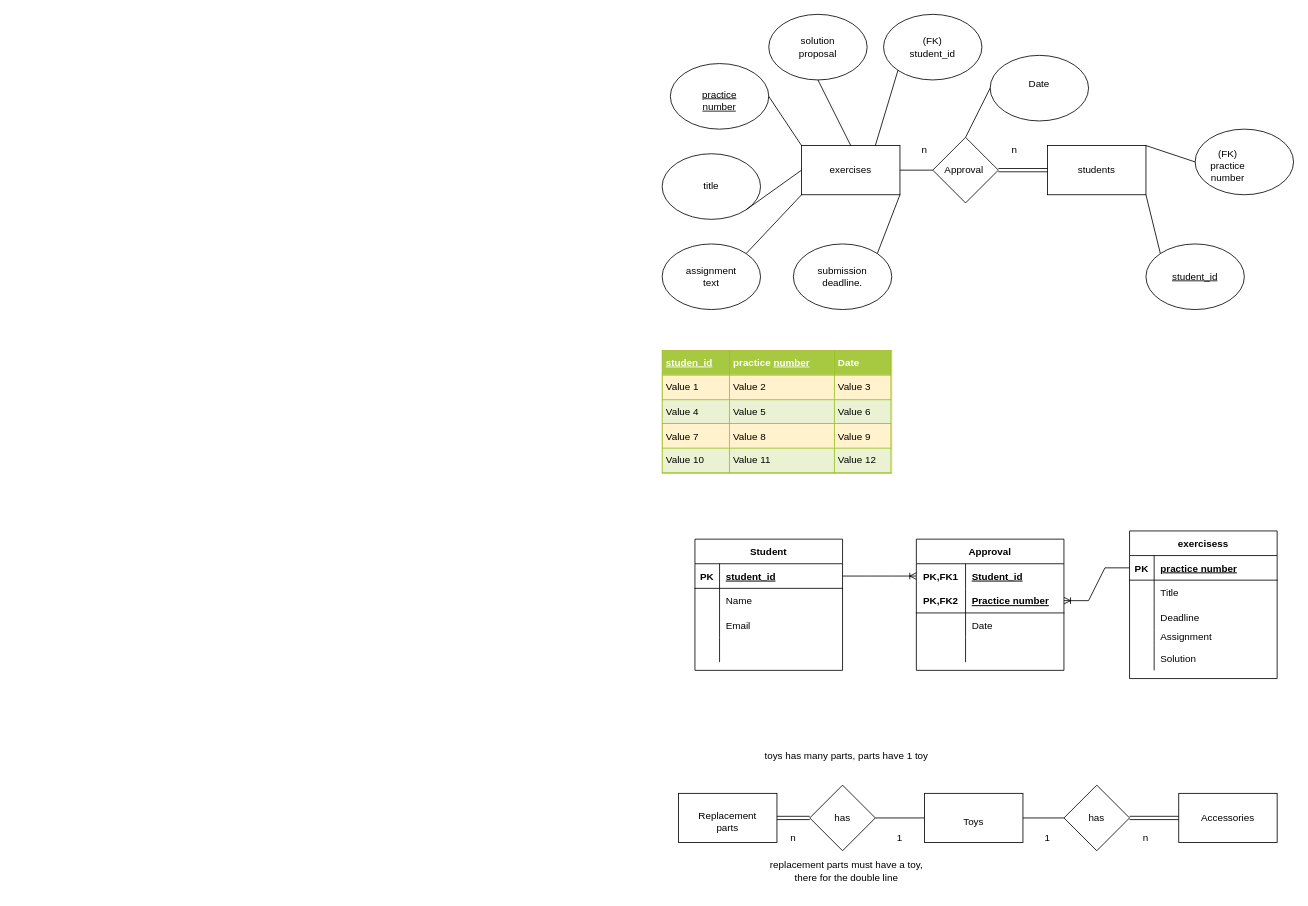
The draw.io diagram n4d1.drawio in nscodechris/ER-modelling, before the edit. Source tidied: cells renumbered, new cells numbered last; positions are measured from the earlier drawing's top-left corner, leaving out a move shared by most shapes. Both pictures are drawn from the tidied source at 82%, with x=0, y=0 at pixel (662, 14).
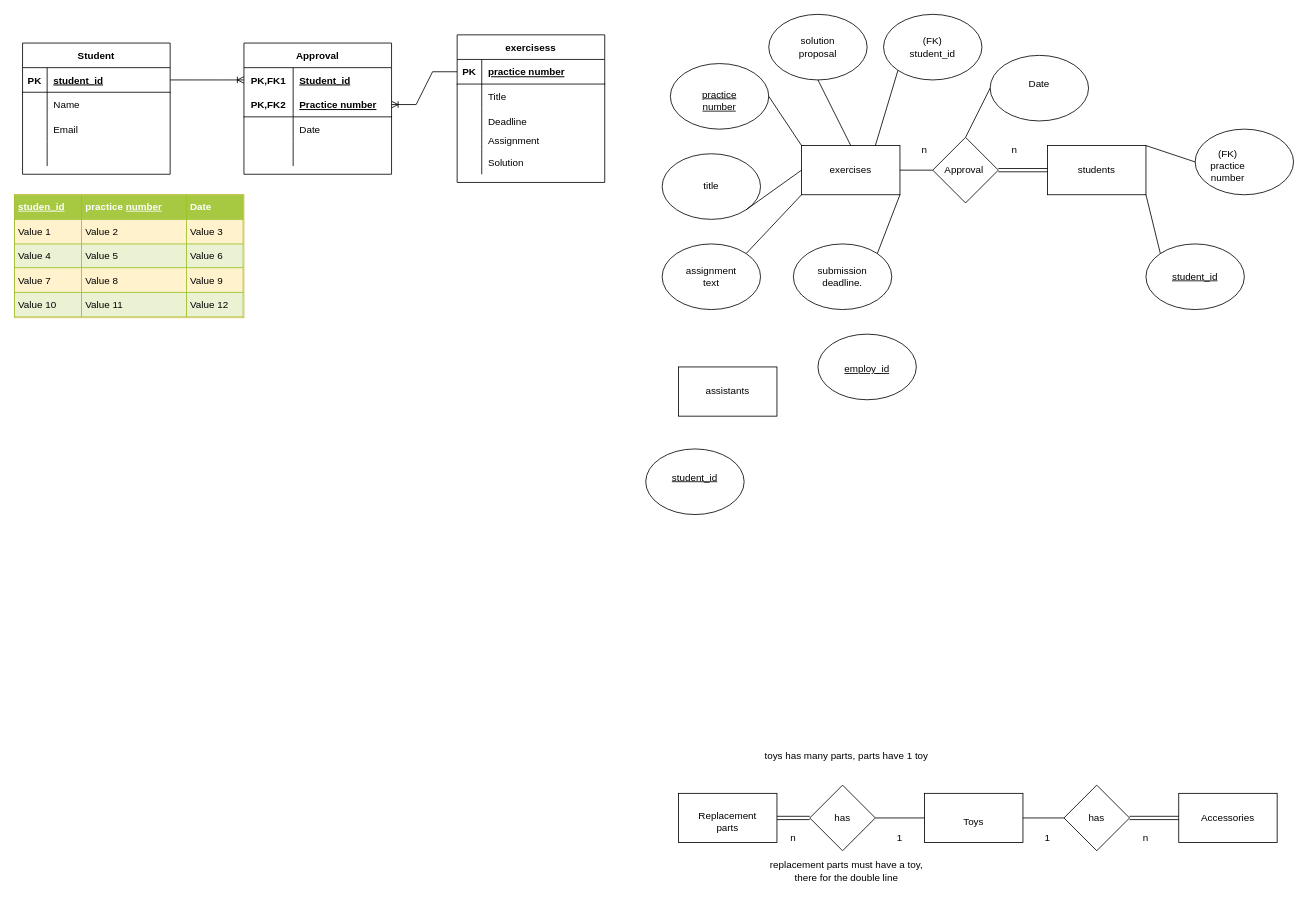
The same diagram, later.

Diff of the diagram source:
```diff
@@
     <mxCell id="59" value="&lt;table border=&quot;1&quot; width=&quot;100%&quot; height=&quot;100%&quot; cellpadding=&quot;4&quot; style=&quot;width:100%;height:100%;border-collapse:collapse;&quot;&gt;&lt;tbody&gt;&lt;tr style=&quot;background-color:#A7C942;color:#ffffff;border:1px solid #98bf21;&quot;&gt;&lt;th align=&quot;left&quot;&gt;&lt;u&gt;studen_id&lt;/u&gt;&lt;/th&gt;&lt;th align=&quot;left&quot;&gt;practice &lt;u&gt;number&lt;/u&gt;&lt;/th&gt;&lt;th align=&quot;left&quot;&gt;Date&lt;/th&gt;&lt;/tr&gt;&lt;tr style=&quot;border:1px solid #98bf21;&quot;&gt;&lt;td&gt;Value 1&lt;/td&gt;&lt;td&gt;Value 2&lt;/td&gt;&lt;td&gt;Value 3&lt;/td&gt;&lt;/tr&gt;&lt;tr style=&quot;background-color:#EAF2D3;border:1px solid #98bf21;&quot;&gt;&lt;td&gt;Value 4&lt;/td&gt;&lt;td&gt;Value 5&lt;/td&gt;&lt;td&gt;Value 6&lt;/td&gt;&lt;/tr&gt;&lt;tr style=&quot;border:1px solid #98bf21;&quot;&gt;&lt;td&gt;Value 7&lt;/td&gt;&lt;td&gt;Value 8&lt;/td&gt;&lt;td&gt;Value 9&lt;/td&gt;&lt;/tr&gt;&lt;tr style=&quot;background-color:#EAF2D3;border:1px solid #98bf21;&quot;&gt;&lt;td&gt;Value 10&lt;/td&gt;&lt;td&gt;Value 11&lt;/td&gt;&lt;td&gt;Value 12&lt;/td&gt;&lt;/tr&gt;&lt;/tbody&gt;&lt;/table&gt;" style="text;html=1;overflow=fill;rounded=0;fillColor=#fff2cc;strokeColor=#d6b656;" parent="1" vertex="1">
-      <mxGeometry y="410" width="280" height="150" as="geometry" />
+      <mxGeometry x="-790" y="220" width="280" height="150" as="geometry" />
     </mxCell>
     <mxCell id="60" value="Student" style="shape=table;startSize=30;childLayout=tableLayout;rowLines=0;fontStyle=1;align=center;fillColor=default;" parent="1" vertex="1">
-      <mxGeometry x="40" y="640" width="180" height="160" as="geometry" />
+      <mxGeometry x="-780" y="35" width="180" height="160" as="geometry" />
     </mxCell>
@@
     <mxCell id="73" value="exercisess" style="shape=table;startSize=30;childLayout=tableLayout;rowLines=0;fontStyle=1;align=center;fillColor=default;" parent="1" vertex="1">
-      <mxGeometry x="570" y="630" width="180" height="180" as="geometry" />
+      <mxGeometry x="-250" y="25" width="180" height="180" as="geometry" />
     </mxCell>
@@
     <mxCell id="89" value="Approval" style="shape=table;startSize=30;childLayout=tableLayout;rowLines=0;fontStyle=1;align=center;fillColor=default;" parent="1" vertex="1">
-      <mxGeometry x="310" y="640" width="180" height="160" as="geometry" />
+      <mxGeometry x="-510" y="35" width="180" height="160" as="geometry" />
     </mxCell>
@@
+    <mxCell id="105" style="ellipse;whiteSpace=wrap;html=1;" parent="1" vertex="1">
+      <mxGeometry x="-20" y="530" width="120" height="80" as="geometry" />
+    </mxCell>
+    <mxCell id="106" value="&lt;u&gt; student_id&lt;/u&gt;" style="text;html=1;strokeColor=none;fillColor=none;align=center;verticalAlign=middle;whiteSpace=wrap;rounded=0;" parent="1" vertex="1">
+      <mxGeometry x="10" y="550" width="60" height="30" as="geometry" />
+    </mxCell>
+    <mxCell id="107" style="rounded=0;whiteSpace=wrap;html=1;" parent="1" vertex="1">
+      <mxGeometry x="20" y="430" width="120" height="60" as="geometry" />
+    </mxCell>
+    <mxCell id="108" value=" assistants" style="text;html=1;strokeColor=none;fillColor=none;align=center;verticalAlign=middle;whiteSpace=wrap;rounded=0;" parent="1" vertex="1">
+      <mxGeometry x="50" y="445" width="60" height="30" as="geometry" />
+    </mxCell>
+    <mxCell id="109" style="ellipse;whiteSpace=wrap;html=1;" parent="1" vertex="1">
+      <mxGeometry x="190" y="390" width="120" height="80" as="geometry" />
+    </mxCell>
+    <mxCell id="110" value="&lt;u&gt; employ_id&lt;/u&gt;" style="text;html=1;strokeColor=none;fillColor=none;align=center;verticalAlign=middle;whiteSpace=wrap;rounded=0;" parent="1" vertex="1">
+      <mxGeometry x="220" y="420" width="60" height="25" as="geometry" />
+    </mxCell>
```
